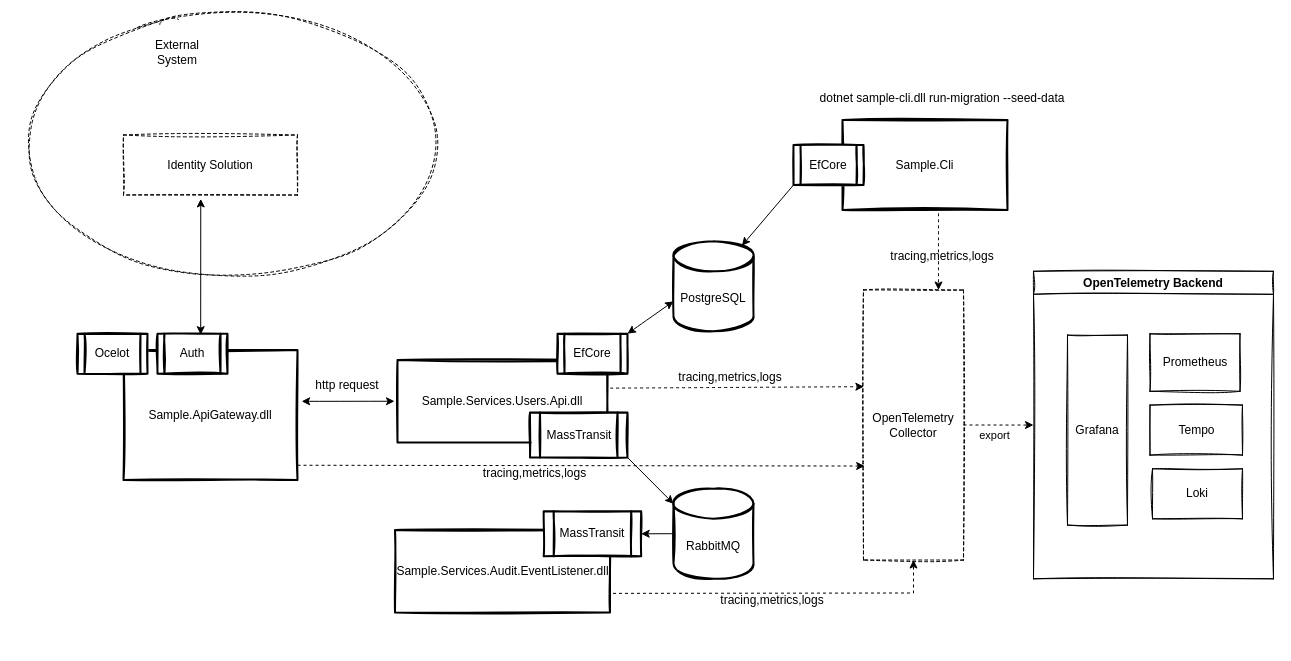
Above: page "LogicalView" (2 of 2) of docs/clean-architecture-overview.drawio in zamat/zamat-clean-architecture (draw.io), before the change. Source tidied: cells renumbered, new cells numbered last; positions are measured from the earlier drawing's top-left corner, leaving out a move shared by most shapes. Both pictures are drawn from the tidied source at 100%, with x=0, y=0 at pixel (17, 17).
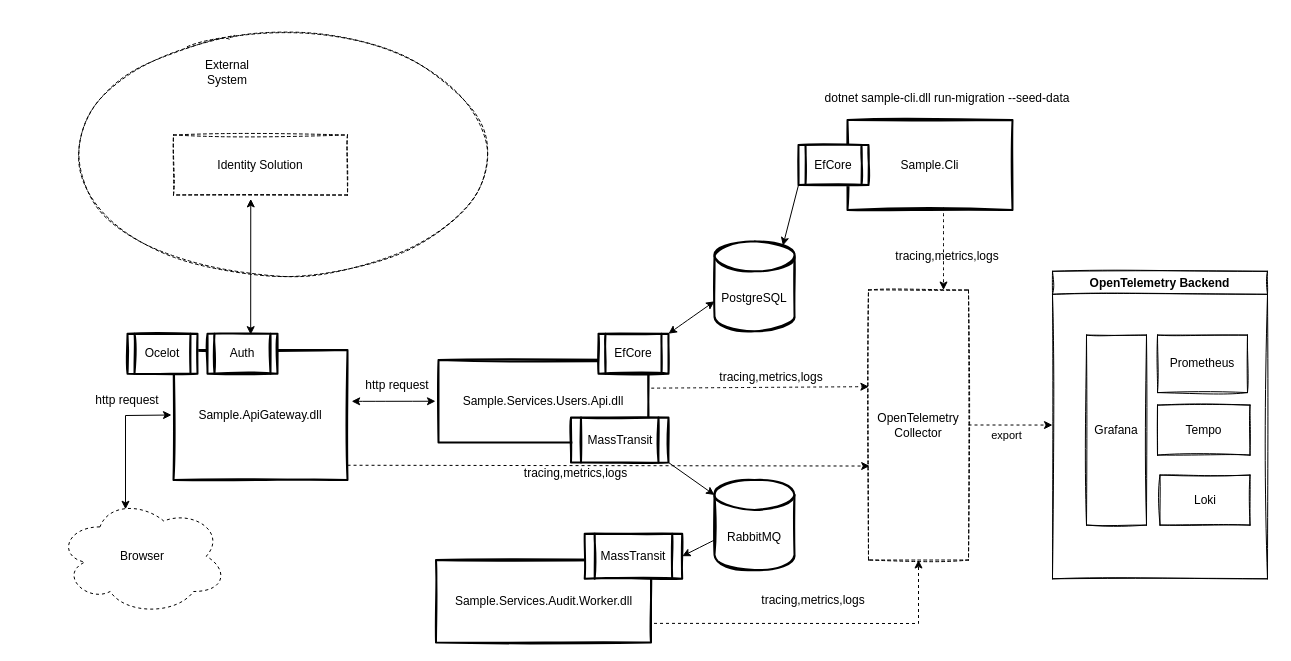
After the change.

Diff of the diagram source:
```diff
@@
     <mxCell id="2" style="ellipse;whiteSpace=wrap;html=1;dashed=1;sketch=1;strokeWidth=1;fillColor=none;" parent="1" vertex="1">
-      <mxGeometry width="430" height="253.8" as="geometry" />
+      <mxGeometry x="50" y="20" width="430" height="233.8" as="geometry" />
     </mxCell>
     <mxCell id="3" value="Sample.ApiGateway.dll" style="rounded=0;whiteSpace=wrap;html=1;sketch=1;strokeWidth=2;perimeterSpacing=2;" parent="1" vertex="1">
-      <mxGeometry x="106" y="332.5" width="174" height="130" as="geometry" />
+      <mxGeometry x="156" y="332.5" width="174" height="130" as="geometry" />
     </mxCell>
     <mxCell id="4" value="Sample.Services.Users.Api.dll" style="rounded=0;whiteSpace=wrap;html=1;sketch=1;strokeWidth=2;perimeterSpacing=3;" parent="1" vertex="1">
-      <mxGeometry x="380" y="342.5" width="210" height="82.5" as="geometry" />
+      <mxGeometry x="421" y="342.5" width="210" height="82.5" as="geometry" />
     </mxCell>
@@
     <mxCell id="6" value="PostgreSQL" style="shape=cylinder3;whiteSpace=wrap;html=1;boundedLbl=1;backgroundOutline=1;size=15;sketch=1;strokeWidth=2;" parent="1" vertex="1">
-      <mxGeometry x="656" y="223.8" width="80" height="90" as="geometry" />
+      <mxGeometry x="697" y="223.8" width="80" height="90" as="geometry" />
     </mxCell>
@@
     <mxCell id="8" value="RabbitMQ" style="shape=cylinder3;whiteSpace=wrap;html=1;boundedLbl=1;backgroundOutline=1;size=15;sketch=1;strokeWidth=2;" parent="1" vertex="1">
-      <mxGeometry x="656" y="471.2" width="80" height="90" as="geometry" />
+      <mxGeometry x="697" y="462.5" width="80" height="90" as="geometry" />
     </mxCell>
     <mxCell id="9" value="OpenTelemetry Collector" style="rounded=0;whiteSpace=wrap;html=1;sketch=1;dashed=1;" parent="1" vertex="1">
-      <mxGeometry x="846" y="272.5" width="100" height="270" as="geometry" />
+      <mxGeometry x="851" y="272.5" width="100" height="270" as="geometry" />
     </mxCell>
     <mxCell id="10" value="Ocelot" style="shape=process;whiteSpace=wrap;html=1;backgroundOutline=1;sketch=1;fillColor=default;strokeWidth=2;" parent="1" vertex="1">
-      <mxGeometry x="60" y="316.2" width="70" height="40" as="geometry" />
+      <mxGeometry x="110" y="316.2" width="70" height="40" as="geometry" />
     </mxCell>
     <mxCell id="11" value="MassTransit" style="shape=process;whiteSpace=wrap;html=1;backgroundOutline=1;sketch=1;fillColor=default;strokeWidth=2;" parent="1" vertex="1">
-      <mxGeometry x="512.5" y="395" width="97.5" height="45" as="geometry" />
+      <mxGeometry x="553.5" y="400" width="97.5" height="45" as="geometry" />
     </mxCell>
     <mxCell id="12" value="EfCore" style="shape=process;whiteSpace=wrap;html=1;backgroundOutline=1;sketch=1;fillColor=default;strokeWidth=2;" parent="1" vertex="1">
-      <mxGeometry x="540" y="316.2" width="70" height="40" as="geometry" />
+      <mxGeometry x="581" y="316.2" width="70" height="40" as="geometry" />
     </mxCell>
     <mxCell id="13" value="Sample.Cli" style="rounded=0;whiteSpace=wrap;html=1;sketch=1;strokeWidth=2;perimeterSpacing=3;" parent="1" vertex="1">
-      <mxGeometry x="825" y="102.5" width="165" height="90" as="geometry" />
+      <mxGeometry x="830" y="102.5" width="165" height="90" as="geometry" />
     </mxCell>
     <mxCell id="14" value="EfCore" style="shape=process;whiteSpace=wrap;html=1;backgroundOutline=1;sketch=1;fillColor=default;strokeWidth=2;" parent="1" vertex="1">
-      <mxGeometry x="776" y="127.5" width="70" height="40" as="geometry" />
+      <mxGeometry x="781" y="127.5" width="70" height="40" as="geometry" />
     </mxCell>
     <mxCell id="15" value="dotnet sample-cli.dll run-migration --seed-data" style="text;html=1;strokeColor=none;fillColor=none;align=center;verticalAlign=middle;whiteSpace=wrap;rounded=0;shadow=0;sketch=1;" parent="1" vertex="1">
-      <mxGeometry x="795" y="70" width="260" height="22.5" as="geometry" />
+      <mxGeometry x="800" y="70" width="260" height="22.5" as="geometry" />
     </mxCell>
@@
     <mxCell id="17" style="endArrow=classic;html=1;dashed=1;curved=1;entryX=0.75;entryY=0;entryDx=0;entryDy=0;" parent="1" edge="1" target="9">
       <mxGeometry relative="1" as="geometry">
-        <mxPoint x="921" y="190" as="sourcePoint" />
+        <mxPoint x="926" y="190" as="sourcePoint" />
       </mxGeometry>
     </mxCell>
@@
     <mxCell id="20" value="OpenTelemetry Backend" style="swimlane;sketch=1;" parent="1" vertex="1">
-      <mxGeometry x="1016" y="253.8" width="240" height="307.5" as="geometry" />
+      <mxGeometry x="1035" y="253.8" width="215" height="307.5" as="geometry" />
     </mxCell>
@@
     <mxCell id="22" value="Prometheus" style="rounded=0;whiteSpace=wrap;html=1;sketch=1;" parent="20" vertex="1">
-      <mxGeometry x="116.5" y="62.5" width="90" height="57.5" as="geometry" />
+      <mxGeometry x="105" y="63.8" width="90" height="57.5" as="geometry" />
     </mxCell>
     <mxCell id="23" value="Tempo" style="rounded=0;whiteSpace=wrap;html=1;sketch=1;" parent="20" vertex="1">
-      <mxGeometry x="116.5" y="133.8" width="92.5" height="50" as="geometry" />
+      <mxGeometry x="105" y="133.8" width="92.5" height="50" as="geometry" />
     </mxCell>
     <mxCell id="24" value="Loki" style="rounded=0;whiteSpace=wrap;html=1;sketch=1;" parent="20" vertex="1">
-      <mxGeometry x="119" y="197.5" width="90" height="50" as="geometry" />
+      <mxGeometry x="107.5" y="203.8" width="90" height="50" as="geometry" />
     </mxCell>
@@
     <mxCell id="26" value="tracing,metrics,logs" style="text;html=1;strokeColor=none;fillColor=none;align=center;verticalAlign=middle;whiteSpace=wrap;rounded=0;sketch=1;" parent="1" vertex="1">
-      <mxGeometry x="870" y="223.8" width="110" height="30" as="geometry" />
+      <mxGeometry x="875" y="223.8" width="110" height="30" as="geometry" />
     </mxCell>
     <mxCell id="27" value="tracing,metrics,logs" style="text;html=1;strokeColor=none;fillColor=none;align=center;verticalAlign=middle;whiteSpace=wrap;rounded=0;sketch=1;" parent="1" vertex="1">
-      <mxGeometry x="656" y="352.5" width="114" height="15" as="geometry" />
+      <mxGeometry x="697" y="352.5" width="114" height="15" as="geometry" />
     </mxCell>
     <mxCell id="28" value="tracing,metrics,logs" style="text;html=1;strokeColor=none;fillColor=none;align=center;verticalAlign=middle;whiteSpace=wrap;rounded=0;sketch=1;" parent="1" vertex="1">
-      <mxGeometry x="460" y="450" width="115" height="12.5" as="geometry" />
+      <mxGeometry x="501" y="450" width="115" height="12.5" as="geometry" />
     </mxCell>
     <mxCell id="29" value="http request" style="text;html=1;strokeColor=none;fillColor=none;align=center;verticalAlign=middle;whiteSpace=wrap;rounded=0;dashed=1;sketch=1;" parent="1" vertex="1">
-      <mxGeometry x="290" y="352.5" width="80" height="30" as="geometry" />
+      <mxGeometry x="340" y="352.5" width="80" height="30" as="geometry" />
     </mxCell>
-    <mxCell id="30" value="Sample.Services.Audit.EventListener.dll" style="rounded=0;whiteSpace=wrap;html=1;sketch=1;strokeWidth=2;perimeterSpacing=3;" parent="1" vertex="1">
-      <mxGeometry x="377.5" y="512.5" width="215" height="82.5" as="geometry" />
+    <mxCell id="30" value="Sample.Services.Audit.Worker.dll" style="rounded=0;whiteSpace=wrap;html=1;sketch=1;strokeWidth=2;perimeterSpacing=3;" parent="1" vertex="1">
+      <mxGeometry x="418.5" y="542.5" width="215" height="82.5" as="geometry" />
     </mxCell>
-    <mxCell id="31" style="endArrow=classic;html=1;exitX=0;exitY=0.5;exitDx=0;exitDy=0;exitPerimeter=0;entryX=1;entryY=0.5;entryDx=0;entryDy=0;curved=1;" parent="1" edge="1" source="8" target="40">
+    <mxCell id="31" style="endArrow=classic;html=1;exitX=0;exitY=0;exitDx=0;exitDy=60;exitPerimeter=0;entryX=1;entryY=0.5;entryDx=0;entryDy=0;curved=1;" parent="1" edge="1" source="8" target="40">
       <mxGeometry relative="1" as="geometry" />
     </mxCell>
     <mxCell id="32" style="endArrow=classic;html=1;exitX=1;exitY=0.75;exitDx=0;exitDy=0;entryX=0.5;entryY=1;entryDx=0;entryDy=0;rounded=0;dashed=1;" parent="1" edge="1" source="30" target="9">
       <mxGeometry relative="1" as="geometry">
         <Array as="points">
-          <mxPoint x="896" y="575.5" />
+          <mxPoint x="901" y="606" />
         </Array>
       </mxGeometry>
     </mxCell>
     <mxCell id="33" value="tracing,metrics,logs" style="text;html=1;strokeColor=none;fillColor=none;align=center;verticalAlign=middle;whiteSpace=wrap;rounded=0;sketch=1;" parent="1" vertex="1">
-      <mxGeometry x="700" y="572.5" width="110" height="20" as="geometry" />
+      <mxGeometry x="741" y="572.5" width="110" height="20" as="geometry" />
     </mxCell>
@@
     <mxCell id="36" value="Identity Solution" style="rounded=0;whiteSpace=wrap;html=1;dashed=1;sketch=1;strokeWidth=1;fillColor=none;" parent="1" vertex="1">
-      <mxGeometry x="106" y="117.5" width="174" height="60" as="geometry" />
+      <mxGeometry x="156" y="117.5" width="174" height="60" as="geometry" />
     </mxCell>
     <mxCell id="37" value="Auth" style="shape=process;whiteSpace=wrap;html=1;backgroundOutline=1;sketch=1;fillColor=default;strokeWidth=2;" parent="1" vertex="1">
-      <mxGeometry x="140" y="316.2" width="70" height="40" as="geometry" />
+      <mxGeometry x="190" y="316.2" width="70" height="40" as="geometry" />
     </mxCell>
@@
     <mxCell id="39" value="External System" style="text;html=1;strokeColor=none;fillColor=none;align=center;verticalAlign=middle;whiteSpace=wrap;rounded=0;dashed=1;sketch=1;" parent="1" vertex="1">
-      <mxGeometry x="130" y="20" width="60" height="30" as="geometry" />
+      <mxGeometry x="180" y="40" width="60" height="30" as="geometry" />
     </mxCell>
     <mxCell id="40" value="MassTransit" style="shape=process;whiteSpace=wrap;html=1;backgroundOutline=1;sketch=1;fillColor=default;strokeWidth=2;" parent="1" vertex="1">
-      <mxGeometry x="526.2" y="493.8" width="97.5" height="45" as="geometry" />
+      <mxGeometry x="567.2" y="516.2" width="97.5" height="45" as="geometry" />
     </mxCell>
+    <mxCell id="41" value="Browser" style="ellipse;shape=cloud;whiteSpace=wrap;html=1;dashed=1;" parent="1" vertex="1">
+      <mxGeometry x="40" y="480" width="170" height="117.5" as="geometry" />
+    </mxCell>
+    <mxCell id="42" style="endArrow=classic;html=1;rounded=0;entryX=0;entryY=0.5;entryDx=0;entryDy=0;exitX=0.4;exitY=0.1;exitDx=0;exitDy=0;exitPerimeter=0;startArrow=classic;startFill=1;" parent="1" edge="1" source="41" target="3">
+      <mxGeometry relative="1" as="geometry">
+        <Array as="points">
+          <mxPoint x="108" y="398" />
+        </Array>
+      </mxGeometry>
+    </mxCell>
+    <mxCell id="43" value="http request" style="text;html=1;strokeColor=none;fillColor=none;align=center;verticalAlign=middle;whiteSpace=wrap;rounded=0;dashed=1;sketch=1;" parent="1" vertex="1">
+      <mxGeometry x="70" y="367.5" width="80" height="30" as="geometry" />
+    </mxCell>
```
